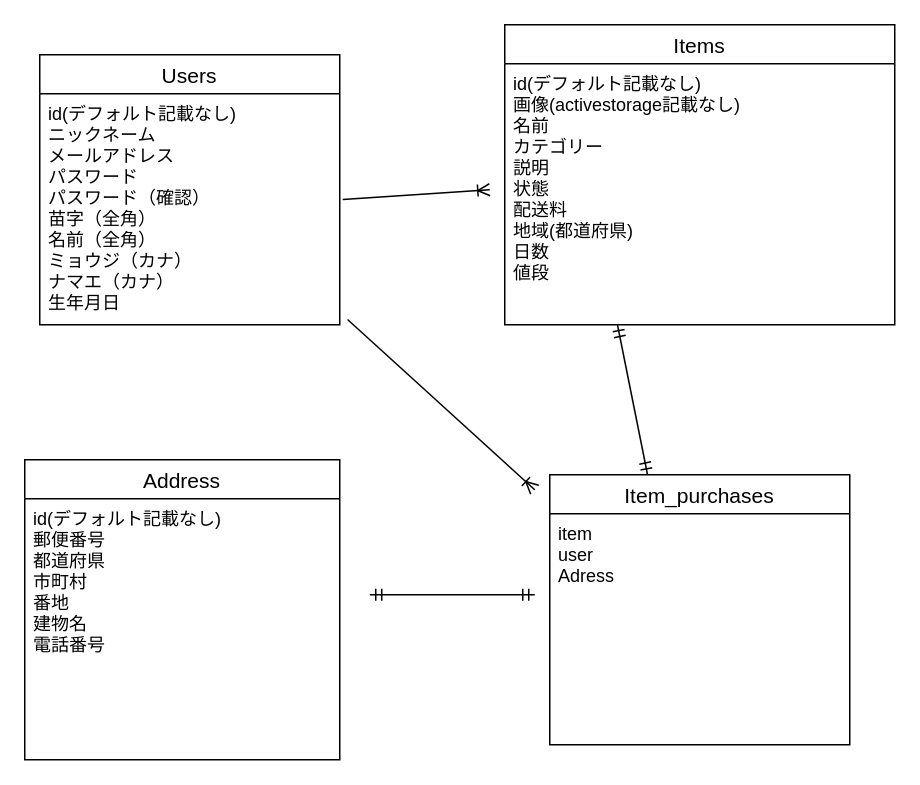
Above: app/views/furima.dio in shin224224/furima-34968 (draw.io), before the change. Source tidied: cells renumbered, new cells numbered last; positions are measured from the earlier drawing's top-left corner, leaving out a move shared by most shapes. Both pictures are drawn from the tidied source at 150%, with x=0, y=0 at pixel (24, 24).
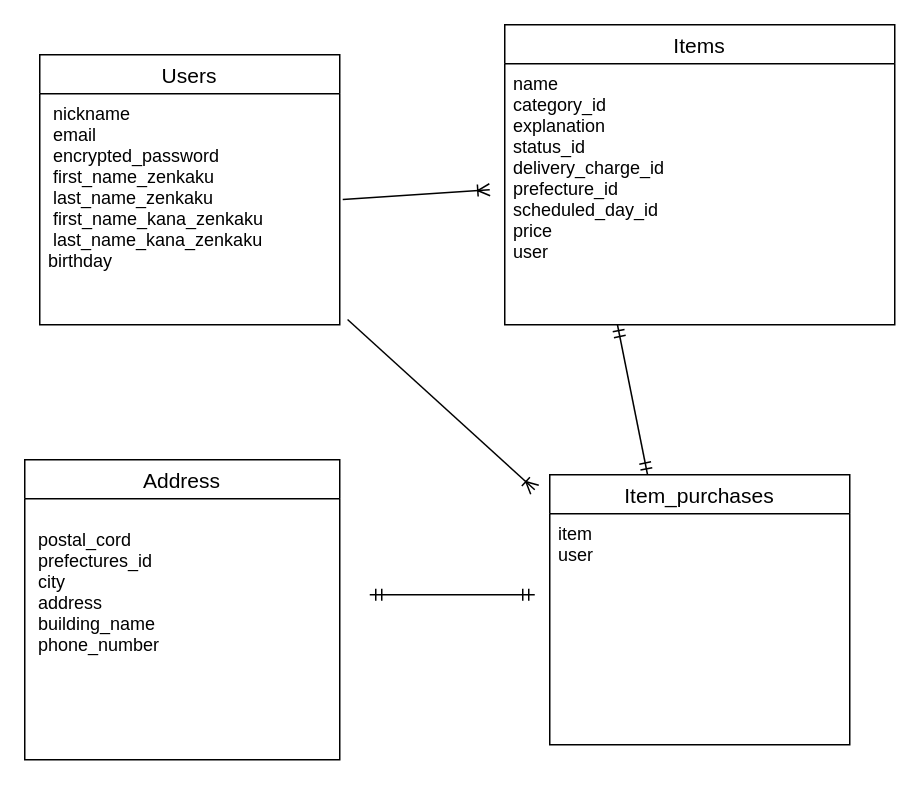
Above is the later version.

The edit, as a diff of the source:
```diff
@@
 <mxGraphModel>
   <root>
     <mxCell id="0" />
     <mxCell id="1" parent="0" />
     <mxCell id="2" value="Users" style="swimlane;fontStyle=0;horizontal=1;startSize=26;align=center;fontSize=14;" parent="1" vertex="1">
       <mxGeometry x="10" y="20" width="200" height="180" as="geometry" />
     </mxCell>
-    <mxCell id="3" value="id(デフォルト記載なし)&#10;ニックネーム&#10;メールアドレス&#10;パスワード&#10;パスワード（確認）&#10;苗字（全角）&#10;名前（全角）&#10;ミョウジ（カナ）&#10;ナマエ（カナ）&#10;生年月日&#10;" style="text;strokeColor=none;fillColor=none;spacingLeft=4;spacingRight=4;overflow=hidden;points=[[0,0.5],[1,0.5]];portConstraint=eastwest;fontSize=12;" parent="2" vertex="1">
+    <mxCell id="3" value=" nickname &#10; email &#10; encrypted_password&#10; first_name_zenkaku &#10; last_name_zenkaku &#10; first_name_kana_zenkaku &#10; last_name_kana_zenkaku &#10;birthday " style="text;strokeColor=none;fillColor=none;spacingLeft=4;spacingRight=4;overflow=hidden;points=[[0,0.5],[1,0.5]];portConstraint=eastwest;fontSize=12;" parent="2" vertex="1">
       <mxGeometry y="26" width="200" height="154" as="geometry" />
     </mxCell>
     <mxCell id="4" value="Items" style="swimlane;fontStyle=0;horizontal=1;startSize=26;align=center;fontSize=14;" parent="1" vertex="1">
       <mxGeometry x="320" width="260" height="200" as="geometry" />
     </mxCell>
-    <mxCell id="5" value="id(デフォルト記載なし)&#10;画像(activestorage記載なし)&#10;名前&#10;カテゴリー&#10;説明&#10;状態&#10;配送料&#10;地域(都道府県)&#10;日数&#10;値段" style="text;strokeColor=none;fillColor=none;spacingLeft=4;spacingRight=4;overflow=hidden;points=[[0,0.5],[1,0.5]];portConstraint=eastwest;fontSize=12;" parent="4" vertex="1">
+    <mxCell id="5" value="name &#10;category_id &#10;explanation &#10;status_id &#10;delivery_charge_id &#10;prefecture_id &#10;scheduled_day_id &#10;price &#10;user " style="text;strokeColor=none;fillColor=none;spacingLeft=4;spacingRight=4;overflow=hidden;points=[[0,0.5],[1,0.5]];portConstraint=eastwest;fontSize=12;" parent="4" vertex="1">
       <mxGeometry y="26" width="260" height="174" as="geometry" />
     </mxCell>
     <mxCell id="6" value="Address" style="swimlane;fontStyle=0;horizontal=1;startSize=26;align=center;fontSize=14;" parent="1" vertex="1">
       <mxGeometry y="290" width="210" height="200" as="geometry" />
     </mxCell>
-    <mxCell id="7" value="id(デフォルト記載なし)&#10;郵便番号&#10;都道府県&#10;市町村&#10;番地&#10;建物名&#10;電話番号&#10;" style="text;strokeColor=none;fillColor=none;spacingLeft=4;spacingRight=4;overflow=hidden;fontSize=12;" parent="6" vertex="1">
+    <mxCell id="7" value="&#10; postal_cord &#10; prefectures_id &#10; city &#10; address &#10; building_name &#10; phone_number " style="text;strokeColor=none;fillColor=none;spacingLeft=4;spacingRight=4;overflow=hidden;fontSize=12;" parent="6" vertex="1">
       <mxGeometry y="26" width="210" height="174" as="geometry" />
     </mxCell>
     <mxCell id="8" style="fontSize=12;html=1;endArrow=ERoneToMany;exitX=1.01;exitY=0.458;exitDx=0;exitDy=0;exitPerimeter=0;" parent="1" edge="1" source="3">
       <mxGeometry relative="1" as="geometry">
         <mxPoint x="310" y="110" as="targetPoint" />
       </mxGeometry>
     </mxCell>
     <mxCell id="9" value="Item_purchases" style="swimlane;fontStyle=0;horizontal=1;startSize=26;align=center;fontSize=14;" parent="1" vertex="1">
       <mxGeometry x="350" y="300" width="200" height="180" as="geometry" />
     </mxCell>
-    <mxCell id="10" value="item&#10;user&#10;Adress" style="text;strokeColor=none;fillColor=none;spacingLeft=4;spacingRight=4;overflow=hidden;fontSize=12;" parent="9" vertex="1">
+    <mxCell id="10" value="item&#10;user" style="text;strokeColor=none;fillColor=none;spacingLeft=4;spacingRight=4;overflow=hidden;fontSize=12;" parent="9" vertex="1">
       <mxGeometry y="26" width="200" height="154" as="geometry" />
     </mxCell>
     <mxCell id="11" style="fontSize=12;html=1;endArrow=ERoneToMany;exitX=1.026;exitY=0.977;exitDx=0;exitDy=0;exitPerimeter=0;" parent="1" edge="1" source="3">
       <mxGeometry relative="1" as="geometry">
         <mxPoint x="340" y="310" as="targetPoint" />
       </mxGeometry>
     </mxCell>
     <mxCell id="12" style="fontSize=12;html=1;endArrow=ERmandOne;startArrow=ERmandOne;entryX=0.289;entryY=1;entryDx=0;entryDy=0;entryPerimeter=0;exitX=0.326;exitY=0;exitDx=0;exitDy=0;exitPerimeter=0;" parent="1" edge="1" source="9" target="5">
       <mxGeometry relative="1" as="geometry" />
     </mxCell>
     <mxCell id="13" style="fontSize=12;html=1;endArrow=ERmandOne;startArrow=ERmandOne;" parent="1" edge="1">
       <mxGeometry relative="1" as="geometry">
         <mxPoint x="230" y="380" as="sourcePoint" />
         <mxPoint x="340" y="380" as="targetPoint" />
       </mxGeometry>
     </mxCell>
   </root>
 </mxGraphModel>
```
